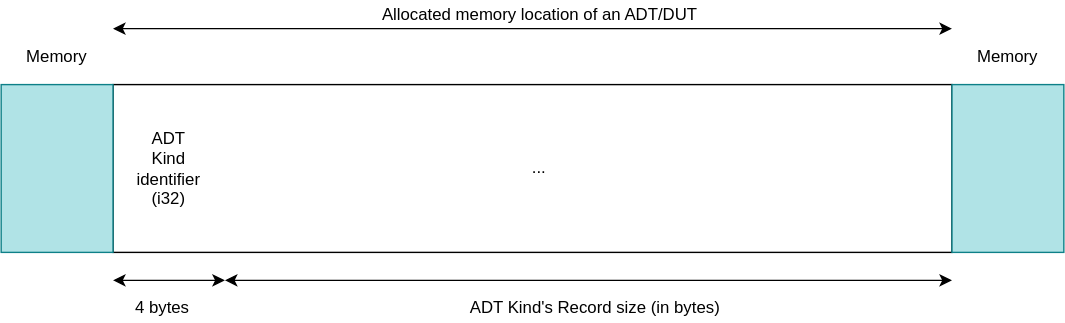
Before: docs/img/memory.svg, a diagram exported from draw.io (balacij/CS6TB3-Final-Project). Source tidied: cells renumbered, new cells last; positions are measured from the earlier drawing's top-left corner, leaving out a move shared by most shapes. Source of this version:
```xml
<mxGraphModel>
  <root>
    <mxCell id="0" />
    <mxCell id="1" parent="0" />
    <mxCell id="2" style="rounded=0;whiteSpace=wrap;html=1;" parent="1" vertex="1">
      <mxGeometry x="80" y="60" width="600" height="120" as="geometry" />
    </mxCell>
    <mxCell id="3" style="rounded=0;whiteSpace=wrap;html=1;fillColor=#b0e3e6;strokeColor=#0e8088;" parent="1" vertex="1">
      <mxGeometry y="60" width="80" height="120" as="geometry" />
    </mxCell>
    <mxCell id="4" style="rounded=0;whiteSpace=wrap;html=1;fillColor=#b0e3e6;strokeColor=#0e8088;" parent="1" vertex="1">
      <mxGeometry x="680" y="60" width="80" height="120" as="geometry" />
    </mxCell>
    <mxCell id="5" value="Memory" style="text;html=1;strokeColor=none;fillColor=none;align=center;verticalAlign=middle;whiteSpace=wrap;rounded=0;" parent="1" vertex="1">
      <mxGeometry x="20" y="30" width="40" height="20" as="geometry" />
    </mxCell>
    <mxCell id="6" value="Memory" style="text;html=1;strokeColor=none;fillColor=none;align=center;verticalAlign=middle;whiteSpace=wrap;rounded=0;" parent="1" vertex="1">
      <mxGeometry x="700" y="30" width="40" height="20" as="geometry" />
    </mxCell>
    <mxCell id="7" style="endArrow=classic;startArrow=classic;html=1;" parent="1" edge="1">
      <mxGeometry relative="1" as="geometry">
        <mxPoint x="80" y="200" as="sourcePoint" />
        <mxPoint x="160" y="200" as="targetPoint" />
      </mxGeometry>
    </mxCell>
    <mxCell id="8" value="4 bytes" style="text;html=1;align=center;verticalAlign=middle;strokeColor=none;" parent="1" vertex="1">
      <mxGeometry x="90" y="210" width="50" height="20" as="geometry" />
    </mxCell>
    <mxCell id="9" style="endArrow=classic;startArrow=classic;html=1;" parent="1" edge="1">
      <mxGeometry relative="1" as="geometry">
        <mxPoint x="80" y="20" as="sourcePoint" />
        <mxPoint x="680" y="20" as="targetPoint" />
      </mxGeometry>
    </mxCell>
    <mxCell id="10" value="Allocated memory location of an ADT/DUT" style="text;html=1;strokeColor=none;fillColor=none;align=center;verticalAlign=middle;whiteSpace=wrap;rounded=0;" parent="1" vertex="1">
      <mxGeometry x="233" width="305" height="20" as="geometry" />
    </mxCell>
    <mxCell id="11" style="endArrow=classic;startArrow=classic;html=1;" parent="1" edge="1">
      <mxGeometry relative="1" as="geometry">
        <mxPoint x="160" y="200" as="sourcePoint" />
        <mxPoint x="680" y="200" as="targetPoint" />
      </mxGeometry>
    </mxCell>
    <mxCell id="12" value="ADT Kind identifier&lt;br&gt;(i32)" style="text;html=1;strokeColor=none;fillColor=none;align=center;verticalAlign=middle;whiteSpace=wrap;rounded=0;" parent="1" vertex="1">
      <mxGeometry x="100" y="90" width="40" height="60" as="geometry" />
    </mxCell>
    <mxCell id="13" value="ADT Kind's Record size (in bytes)" style="text;html=1;strokeColor=none;fillColor=none;align=center;verticalAlign=middle;whiteSpace=wrap;rounded=0;" parent="1" vertex="1">
      <mxGeometry x="190" y="210" width="470" height="20" as="geometry" />
    </mxCell>
    <mxCell id="14" value="..." style="text;html=1;strokeColor=none;fillColor=none;align=center;verticalAlign=middle;whiteSpace=wrap;rounded=0;" parent="1" vertex="1">
      <mxGeometry x="365" y="110" width="40" height="20" as="geometry" />
    </mxCell>
  </root>
</mxGraphModel>
```
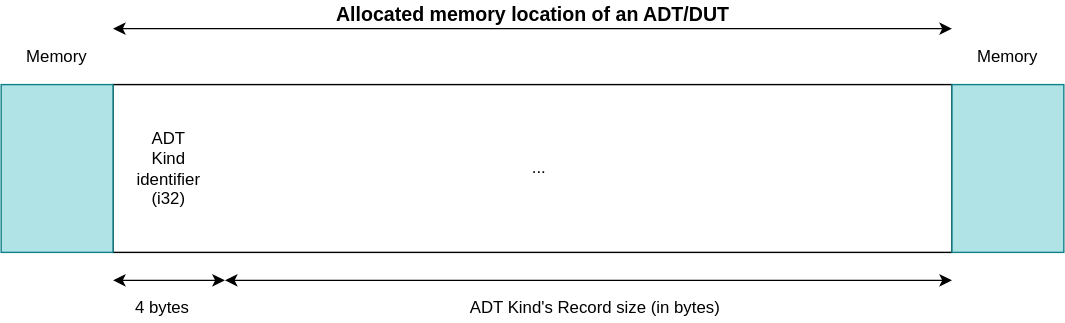
After the change.

Diff of the diagram source:
```diff
@@ -32,8 +32,8 @@
         <mxPoint x="680" y="20" as="targetPoint" />
       </mxGeometry>
     </mxCell>
-    <mxCell id="10" value="Allocated memory location of an ADT/DUT" style="text;html=1;strokeColor=none;fillColor=none;align=center;verticalAlign=middle;whiteSpace=wrap;rounded=0;" parent="1" vertex="1">
-      <mxGeometry x="233" width="305" height="20" as="geometry" />
+    <mxCell id="10" value="Allocated memory location of an ADT/DUT" style="text;html=1;strokeColor=none;fillColor=none;align=center;verticalAlign=middle;whiteSpace=wrap;rounded=0;fontSize=14;fontStyle=1;" parent="1" vertex="1">
+      <mxGeometry x="227.5" width="305" height="20" as="geometry" />
     </mxCell>
     <mxCell id="11" style="endArrow=classic;startArrow=classic;html=1;" parent="1" edge="1">
       <mxGeometry relative="1" as="geometry">
```
